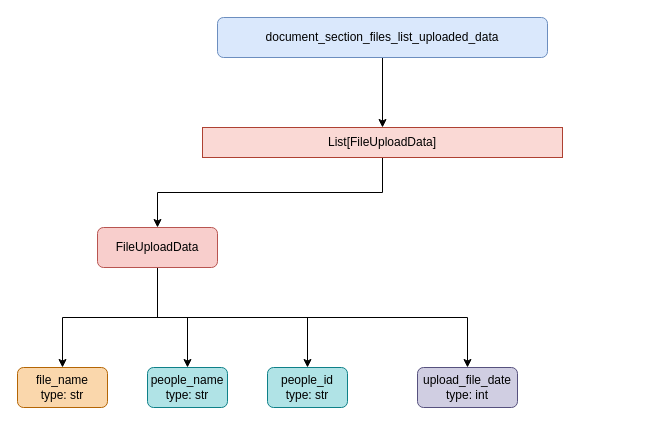
This is DataModel.drawio from Uhouhzam/workflow, a draw.io file, before an edit. Source tidied: cells renumbered, new cells numbered last; positions are measured from the earlier drawing's top-left corner, leaving out a move shared by most shapes. Both pictures are drawn from the tidied source at 100%, with x=0, y=0 at pixel (17, 17).
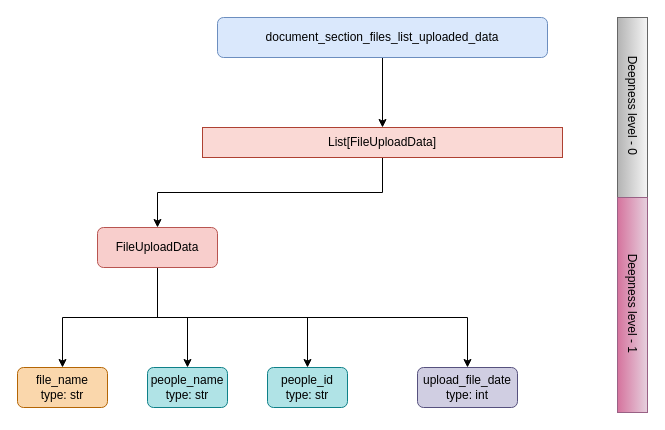
The same page after the edit.

Commit message:
Mettre à jour DataModel.drawio

The edit, as a diff of the source:
```diff
@@
 <mxGraphModel>
   <root>
     <mxCell id="0" />
     <mxCell id="1" parent="0" />
     <mxCell id="2" style="edgeStyle=orthogonalEdgeStyle;rounded=0;jettySize=auto;html=1;" parent="1" edge="1" source="3" target="11">
       <mxGeometry relative="1" as="geometry" />
     </mxCell>
     <mxCell id="3" value="document_section_files_list_uploaded_data" style="rounded=1;whiteSpace=wrap;html=1;fillColor=#dae8fc;strokeColor=#6c8ebf;" parent="1" vertex="1">
       <mxGeometry x="200" width="330" height="40" as="geometry" />
     </mxCell>
     <mxCell id="4" style="edgeStyle=orthogonalEdgeStyle;rounded=0;jettySize=auto;html=1;" parent="1" edge="1" source="8" target="9">
       <mxGeometry relative="1" as="geometry" />
     </mxCell>
     <mxCell id="5" style="edgeStyle=orthogonalEdgeStyle;rounded=0;jettySize=auto;html=1;exitX=0.5;exitY=1;exitDx=0;exitDy=0;entryX=0.5;entryY=0;entryDx=0;entryDy=0;" parent="1" edge="1" source="8" target="12">
       <mxGeometry relative="1" as="geometry" />
     </mxCell>
     <mxCell id="6" style="edgeStyle=orthogonalEdgeStyle;rounded=0;jettySize=auto;html=1;exitX=0.5;exitY=1;exitDx=0;exitDy=0;" parent="1" edge="1" source="8" target="13">
       <mxGeometry relative="1" as="geometry" />
     </mxCell>
     <mxCell id="7" style="edgeStyle=orthogonalEdgeStyle;rounded=0;jettySize=auto;html=1;exitX=0.5;exitY=1;exitDx=0;exitDy=0;entryX=0.5;entryY=0;entryDx=0;entryDy=0;" parent="1" edge="1" source="8" target="14">
       <mxGeometry relative="1" as="geometry" />
     </mxCell>
     <mxCell id="8" value="FileUploadData" style="rounded=1;whiteSpace=wrap;html=1;fillColor=#f8cecc;strokeColor=#b85450;" parent="1" vertex="1">
       <mxGeometry x="80" y="210" width="120" height="40" as="geometry" />
     </mxCell>
     <mxCell id="9" value="file_name&lt;br&gt;type: str" style="rounded=1;whiteSpace=wrap;html=1;fillColor=#fad7ac;strokeColor=#b46504;" parent="1" vertex="1">
       <mxGeometry y="350" width="90" height="40" as="geometry" />
     </mxCell>
     <mxCell id="10" style="edgeStyle=orthogonalEdgeStyle;rounded=0;jettySize=auto;html=1;entryX=0.5;entryY=0;entryDx=0;entryDy=0;" parent="1" edge="1" source="11" target="8">
       <mxGeometry relative="1" as="geometry" />
     </mxCell>
     <mxCell id="11" value="List[FileUploadData]" style="rounded=0;whiteSpace=wrap;html=1;fillColor=#fad9d5;strokeColor=#ae4132;" parent="1" vertex="1">
       <mxGeometry x="185" y="110" width="360" height="30" as="geometry" />
     </mxCell>
     <mxCell id="12" value="people_name&lt;br&gt;type: str" style="rounded=1;whiteSpace=wrap;html=1;fillColor=#b0e3e6;strokeColor=#0e8088;" parent="1" vertex="1">
       <mxGeometry x="130" y="350" width="80" height="40" as="geometry" />
     </mxCell>
     <mxCell id="13" value="people_id&lt;br&gt;type: str" style="rounded=1;whiteSpace=wrap;html=1;fillColor=#b0e3e6;strokeColor=#0e8088;" parent="1" vertex="1">
       <mxGeometry x="250" y="350" width="80" height="40" as="geometry" />
     </mxCell>
     <mxCell id="14" value="upload_file_date&lt;br&gt;type: int" style="rounded=1;whiteSpace=wrap;html=1;fillColor=#d0cee2;strokeColor=#56517e;" parent="1" vertex="1">
       <mxGeometry x="400" y="350" width="100" height="40" as="geometry" />
     </mxCell>
+    <mxCell id="15" value="Deepness level - 0&amp;nbsp;" style="rounded=0;whiteSpace=wrap;html=1;rotation=90;fillColor=#f5f5f5;gradientColor=#b3b3b3;strokeColor=#666666;" parent="1" vertex="1">
+      <mxGeometry x="525" y="75" width="180" height="30" as="geometry" />
+    </mxCell>
+    <mxCell id="16" value="Deepness level - 1&amp;nbsp;" style="rounded=0;whiteSpace=wrap;html=1;rotation=90;fillColor=#e6d0de;gradientColor=#d5739d;strokeColor=#996185;" parent="1" vertex="1">
+      <mxGeometry x="507.5" y="272.5" width="215" height="30" as="geometry" />
+    </mxCell>
   </root>
 </mxGraphModel>
```
